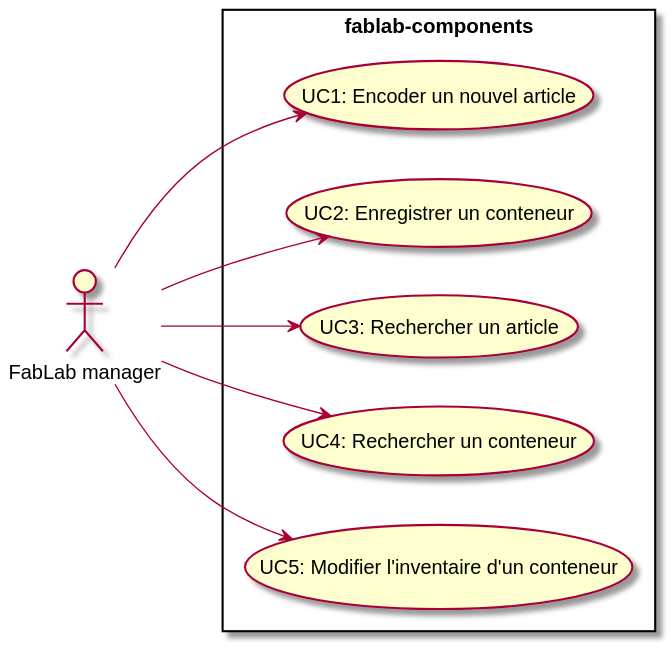
The PlantUML diagram out/docs/use_cases/usecases.svg in IEPSCF-Uccle-PROJWEB2-S1-2021/fablab-components, before a commit.
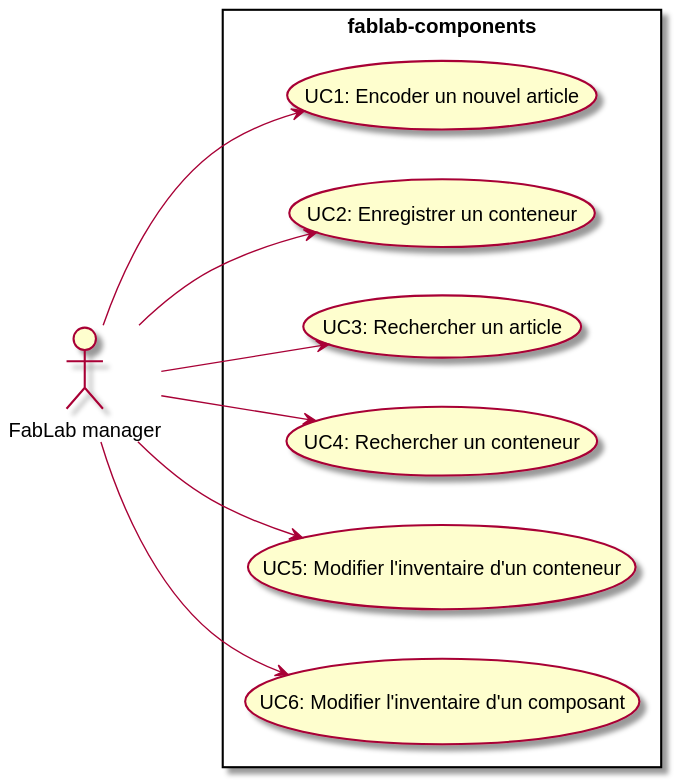
After the commit.

What changed in the source:
```diff
@@ -9,6 +9,7 @@
   (UC3: Rechercher un article) as UC3
   (UC4: Rechercher un conteneur) as UC4
   (UC5: Modifier l'inventaire d'un conteneur) as UC5
+  (UC6: Modifier l'inventaire d'un composant) as UC6
 }
 
 manager --> UC1
@@ -16,5 +17,6 @@
 manager --> UC3
 manager --> UC4
 manager --> UC5
+manager --> UC6
 
 @enduml
```
